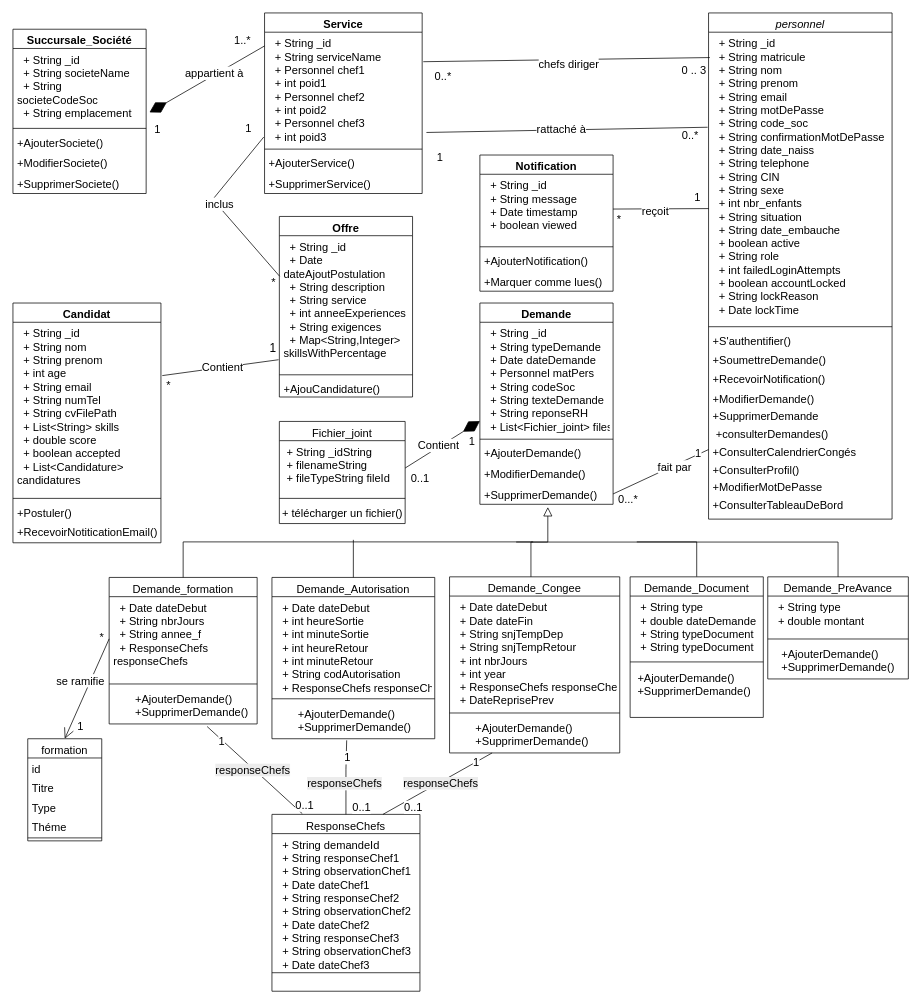
PORTAIL-RH/Portail-RH-Mobile keeps this draw.io diagram as Diagramme_classe.drawio. Above is the earlier version. Source tidied: cells renumbered, new cells numbered last; positions are measured from the earlier drawing's top-left corner, leaving out a move shared by most shapes. Both pictures are drawn from the tidied source at 74%, with x=0, y=0 at pixel (13, 13).
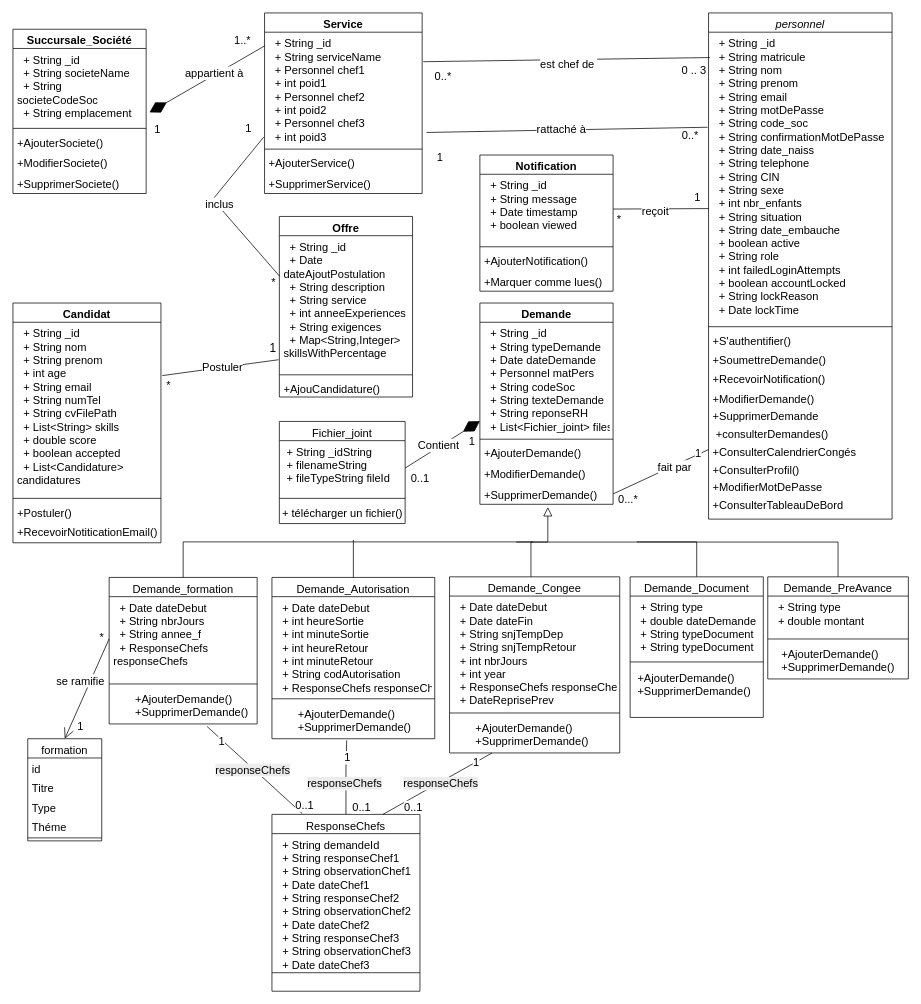
After the change.

Commit message:
Mettre à jour Diagramme_classe.drawio

The change refers to these unchanged cells:
```xml
<mxCell id="81" style="endArrow=none;endFill=1;endSize=24;html=1;rounded=0;exitX=0.007;exitY=0.087;exitDx=0;exitDy=0;exitPerimeter=0;entryX=1.007;entryY=0.259;entryDx=0;entryDy=0;entryPerimeter=0;fontSize=15;startFill=0;" parent="1" edge="1" source="3" target="75">
  <mxGeometry relative="1" as="geometry" />
</mxCell>
<mxCell id="114" style="endArrow=none;endFill=1;endSize=24;html=1;rounded=0;entryX=-0.006;entryY=0.911;entryDx=0;entryDy=0;entryPerimeter=0;exitX=1.009;exitY=0.308;exitDx=0;exitDy=0;startFill=0;fontSize=15;exitPerimeter=0;" parent="1" edge="1" source="48" target="63">
  <mxGeometry relative="1" as="geometry" />
</mxCell>
```

Change to the diagram source:
```diff
@@
-    <mxCell id="82" value="chefs diriger" style="edgeLabel;html=1;align=center;verticalAlign=middle;fontSize=15;" parent="81" vertex="1">
+    <mxCell id="82" value="est chef de&amp;nbsp;" style="edgeLabel;html=1;align=center;verticalAlign=middle;fontSize=15;" parent="81" vertex="1">
       <mxGeometry x="0.01" y="-3" relative="1" as="geometry">
         <mxPoint x="5" y="8" as="offset" />
       </mxGeometry>
     </mxCell>
@@
-    <mxCell id="117" value="&lt;font style=&quot;font-size: 15px;&quot;&gt;Contient&lt;/font&gt;" style="edgeLabel;html=1;align=center;verticalAlign=middle;" parent="114" vertex="1">
+    <mxCell id="117" value="&lt;font style=&quot;font-size: 15px;&quot;&gt;Postuler&lt;/font&gt;" style="edgeLabel;html=1;align=center;verticalAlign=middle;" parent="114" vertex="1">
       <mxGeometry x="0.04" y="1" relative="1" as="geometry" />
     </mxCell>
```
